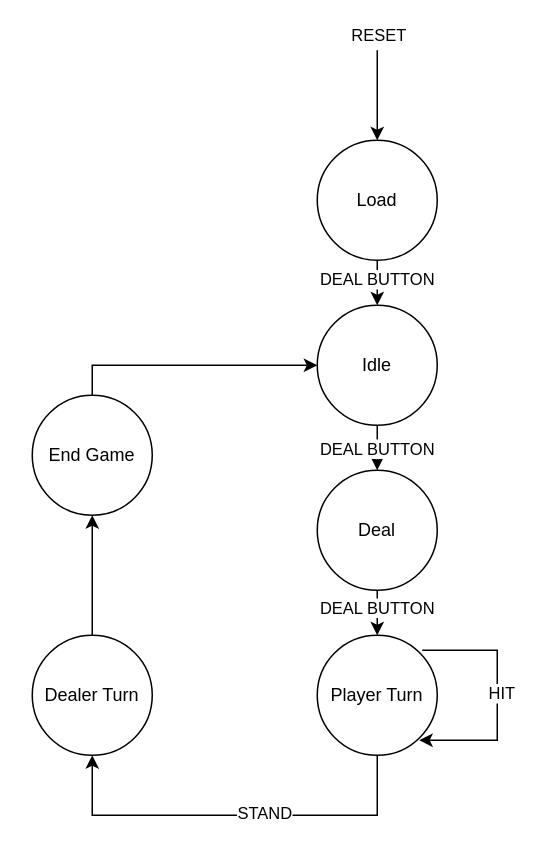
Above: Diagrams/State Flow Diagram.drawio in ethanajohnston/BlackjackVerilog (draw.io), before the change. Source tidied: cells renumbered, new cells numbered last; positions are measured from the earlier drawing's top-left corner, leaving out a move shared by most shapes. Both pictures are drawn from the tidied source at 150%, with x=0, y=0 at pixel (32, 50).
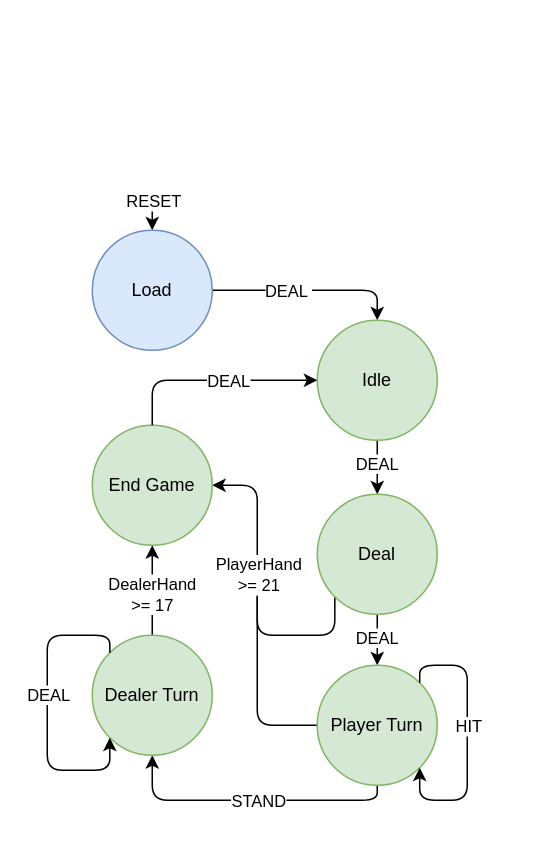
After the change.

Unchanged cells that the change refers to:
```xml
<mxCell id="7" style="edgeStyle=orthogonalEdgeStyle;rounded=0;jettySize=auto;html=1;exitX=0.5;exitY=1;exitDx=0;exitDy=0;entryX=0.5;entryY=0;entryDx=0;entryDy=0;" parent="1" edge="1" source="9" target="12">
  <mxGeometry relative="1" as="geometry" />
</mxCell>
<mxCell id="10" style="edgeStyle=orthogonalEdgeStyle;rounded=0;jettySize=auto;html=1;exitX=0.5;exitY=1;exitDx=0;exitDy=0;entryX=0.5;entryY=0;entryDx=0;entryDy=0;" parent="1" edge="1" source="12" target="15">
  <mxGeometry relative="1" as="geometry" />
</mxCell>
<mxCell id="16" style="edgeStyle=orthogonalEdgeStyle;rounded=0;jettySize=auto;html=1;exitX=0.5;exitY=0;exitDx=0;exitDy=0;entryX=0.5;entryY=1;entryDx=0;entryDy=0;" parent="1" edge="1" source="17" target="18">
  <mxGeometry relative="1" as="geometry" />
</mxCell>
```

Diff of the diagram source:
```diff
@@
-    <mxCell id="2" style="edgeStyle=orthogonalEdgeStyle;rounded=0;jettySize=auto;html=1;exitX=0.5;exitY=0;exitDx=0;exitDy=0;startArrow=classic;startFill=1;endArrow=none;endFill=0;" parent="1" edge="1" source="6">
-      <mxGeometry relative="1" as="geometry">
-        <mxPoint x="230" as="targetPoint" />
-      </mxGeometry>
-    </mxCell>
-    <mxCell id="3" value="RESET" style="edgeLabel;html=1;align=center;verticalAlign=middle;" parent="2" vertex="1">
-      <mxGeometry x="0.18" y="-2" relative="1" as="geometry">
-        <mxPoint x="-2" y="-35" as="offset" />
-      </mxGeometry>
-    </mxCell>
-    <mxCell id="4" style="edgeStyle=orthogonalEdgeStyle;rounded=0;jettySize=auto;html=1;exitX=0.5;exitY=1;exitDx=0;exitDy=0;entryX=0.5;entryY=0;entryDx=0;entryDy=0;" parent="1" edge="1" source="6" target="9">
+    <mxCell id="4" style="edgeStyle=orthogonalEdgeStyle;rounded=1;jettySize=auto;html=1;exitX=1;exitY=0.5;exitDx=0;exitDy=0;entryX=0.5;entryY=0;entryDx=0;entryDy=0;elbow=vertical;" parent="1" edge="1" source="6" target="9">
       <mxGeometry relative="1" as="geometry" />
     </mxCell>
-    <mxCell id="5" value="DEAL BUTTON" style="edgeLabel;html=1;align=center;verticalAlign=middle;" parent="4" vertex="1">
-      <mxGeometry x="-0.2" y="-1" relative="1" as="geometry" />
+    <mxCell id="5" value="DEAL&amp;nbsp;" style="edgeLabel;html=1;align=center;verticalAlign=middle;" parent="4" vertex="1">
+      <mxGeometry x="-0.2" y="-1" relative="1" as="geometry">
+        <mxPoint x="-2" y="-1" as="offset" />
+      </mxGeometry>
     </mxCell>
+    <mxCell id="22" style="edgeStyle=orthogonalEdgeStyle;rounded=0;jettySize=auto;html=1;exitX=0.5;exitY=0;exitDx=0;exitDy=0;startArrow=classic;startFill=1;endArrow=none;endFill=0;" parent="1" edge="1" source="6">
+      <mxGeometry relative="1" as="geometry">
+        <mxPoint x="80" y="100" as="targetPoint" />
+      </mxGeometry>
+    </mxCell>
+    <mxCell id="3" value="RESET" style="edgeLabel;html=1;align=center;verticalAlign=middle;" parent="22" vertex="1">
+      <mxGeometry x="0.94" y="1" relative="1" as="geometry">
+        <mxPoint x="1" y="-1" as="offset" />
+      </mxGeometry>
+    </mxCell>
-    <mxCell id="6" value="Load" style="ellipse;whiteSpace=wrap;html=1;" parent="1" vertex="1">
-      <mxGeometry x="190" y="60" width="80" height="80" as="geometry" />
+    <mxCell id="6" value="Load" style="ellipse;whiteSpace=wrap;html=1;fillColor=#dae8fc;strokeColor=#6c8ebf;" parent="1" vertex="1">
+      <mxGeometry x="40" y="120" width="80" height="80" as="geometry" />
     </mxCell>
@@
-    <mxCell id="8" value="DEAL BUTTON" style="edgeLabel;html=1;align=center;verticalAlign=middle;" parent="7" vertex="1">
-      <mxGeometry x="-0.03" y="-1" relative="1" as="geometry" />
+    <mxCell id="8" value="DEAL" style="edgeLabel;html=1;align=center;verticalAlign=middle;" parent="7" vertex="1">
+      <mxGeometry x="-0.03" y="-1" relative="1" as="geometry">
+        <mxPoint y="-2" as="offset" />
+      </mxGeometry>
     </mxCell>
-    <mxCell id="9" value="Idle" style="ellipse;whiteSpace=wrap;html=1;" parent="1" vertex="1">
-      <mxGeometry x="190" y="170" width="80" height="80" as="geometry" />
+    <mxCell id="9" value="Idle" style="ellipse;whiteSpace=wrap;html=1;fillColor=#d5e8d4;strokeColor=#82b366;" parent="1" vertex="1">
+      <mxGeometry x="190" y="180" width="80" height="80" as="geometry" />
     </mxCell>
@@
-    <mxCell id="11" value="DEAL BUTTON" style="edgeLabel;html=1;align=center;verticalAlign=middle;" parent="10" vertex="1">
-      <mxGeometry x="-0.26" y="-1" relative="1" as="geometry" />
+    <mxCell id="11" value="DEAL" style="edgeLabel;html=1;align=center;verticalAlign=middle;" parent="10" vertex="1">
+      <mxGeometry x="-0.26" y="-1" relative="1" as="geometry">
+        <mxPoint y="2" as="offset" />
+      </mxGeometry>
     </mxCell>
+    <mxCell id="23" style="edgeStyle=orthogonalEdgeStyle;rounded=1;jettySize=auto;html=1;exitX=0;exitY=1;exitDx=0;exitDy=0;endArrow=none;endFill=0;" parent="1" edge="1" source="12">
+      <mxGeometry relative="1" as="geometry">
+        <mxPoint x="150" y="364.4" as="targetPoint" />
+        <Array as="points">
+          <mxPoint x="202" y="390" />
+          <mxPoint x="150" y="390" />
+        </Array>
+      </mxGeometry>
+    </mxCell>
-    <mxCell id="12" value="Deal" style="ellipse;whiteSpace=wrap;html=1;" parent="1" vertex="1">
-      <mxGeometry x="190" y="280" width="80" height="80" as="geometry" />
+    <mxCell id="12" value="Deal" style="ellipse;whiteSpace=wrap;html=1;fillColor=#d5e8d4;strokeColor=#82b366;" parent="1" vertex="1">
+      <mxGeometry x="190" y="296" width="80" height="80" as="geometry" />
     </mxCell>
-    <mxCell id="13" style="edgeStyle=orthogonalEdgeStyle;rounded=0;jettySize=auto;html=1;exitX=0.5;exitY=1;exitDx=0;exitDy=0;entryX=0.5;entryY=1;entryDx=0;entryDy=0;" parent="1" edge="1" source="15" target="17">
+    <mxCell id="13" style="edgeStyle=orthogonalEdgeStyle;rounded=1;jettySize=auto;html=1;exitX=0.5;exitY=1;exitDx=0;exitDy=0;entryX=0.5;entryY=1;entryDx=0;entryDy=0;" parent="1" edge="1" source="15" target="17">
       <mxGeometry relative="1" as="geometry">
         <Array as="points">
-          <mxPoint x="230" y="510" />
-          <mxPoint x="40" y="510" />
+          <mxPoint x="230" y="500" />
+          <mxPoint x="80" y="500" />
         </Array>
       </mxGeometry>
     </mxCell>
     <mxCell id="14" value="STAND" style="edgeLabel;html=1;align=center;verticalAlign=middle;" parent="13" vertex="1">
-      <mxGeometry x="-0.14" y="-2" relative="1" as="geometry" />
+      <mxGeometry x="-0.14" y="-2" relative="1" as="geometry">
+        <mxPoint x="-8" y="2" as="offset" />
+      </mxGeometry>
     </mxCell>
+    <mxCell id="24" style="edgeStyle=orthogonalEdgeStyle;rounded=1;jettySize=auto;html=1;exitX=0;exitY=0.5;exitDx=0;exitDy=0;entryX=1;entryY=0.5;entryDx=0;entryDy=0;" parent="1" edge="1" source="15" target="18">
+      <mxGeometry relative="1" as="geometry">
+        <Array as="points">
+          <mxPoint x="150" y="450" />
+          <mxPoint x="150" y="290" />
+        </Array>
+      </mxGeometry>
+    </mxCell>
+    <mxCell id="25" value="PlayerHand &lt;br&gt;&amp;gt;= 21" style="edgeLabel;html=1;align=center;verticalAlign=middle;" parent="24" vertex="1">
+      <mxGeometry y="-1" relative="1" as="geometry">
+        <mxPoint x="-1" y="-26" as="offset" />
+      </mxGeometry>
+    </mxCell>
-    <mxCell id="15" value="Player Turn" style="ellipse;whiteSpace=wrap;html=1;" parent="1" vertex="1">
-      <mxGeometry x="190" y="390" width="80" height="80" as="geometry" />
+    <mxCell id="15" value="Player Turn" style="ellipse;whiteSpace=wrap;html=1;fillColor=#d5e8d4;strokeColor=#82b366;" parent="1" vertex="1">
+      <mxGeometry x="190" y="410" width="80" height="80" as="geometry" />
     </mxCell>
@@
+    <mxCell id="26" value="DealerHand &lt;br&gt;&amp;gt;= 17" style="edgeLabel;html=1;align=center;verticalAlign=middle;" parent="16" vertex="1">
+      <mxGeometry x="-0.08" y="1" relative="1" as="geometry" />
+    </mxCell>
-    <mxCell id="17" value="Dealer Turn" style="ellipse;whiteSpace=wrap;html=1;" parent="1" vertex="1">
-      <mxGeometry y="390" width="80" height="80" as="geometry" />
+    <mxCell id="17" value="Dealer Turn" style="ellipse;whiteSpace=wrap;html=1;fillColor=#d5e8d4;strokeColor=#82b366;" parent="1" vertex="1">
+      <mxGeometry x="40" y="390" width="80" height="80" as="geometry" />
     </mxCell>
-    <mxCell id="18" value="End Game" style="ellipse;whiteSpace=wrap;html=1;" parent="1" vertex="1">
-      <mxGeometry y="230" width="80" height="80" as="geometry" />
+    <mxCell id="18" value="End Game" style="ellipse;whiteSpace=wrap;html=1;fillColor=#d5e8d4;strokeColor=#82b366;" parent="1" vertex="1">
+      <mxGeometry x="40" y="250" width="80" height="80" as="geometry" />
     </mxCell>
-    <mxCell id="19" style="edgeStyle=orthogonalEdgeStyle;rounded=0;jettySize=auto;html=1;exitX=0.5;exitY=0;exitDx=0;exitDy=0;entryX=0;entryY=0.5;entryDx=0;entryDy=0;" parent="1" edge="1" source="18" target="9">
+    <mxCell id="19" style="edgeStyle=orthogonalEdgeStyle;rounded=1;jettySize=auto;html=1;exitX=0.5;exitY=0;exitDx=0;exitDy=0;entryX=0;entryY=0.5;entryDx=0;entryDy=0;" parent="1" edge="1" source="18" target="9">
       <mxGeometry relative="1" as="geometry" />
     </mxCell>
+    <mxCell id="27" value="DEAL" style="edgeLabel;html=1;align=center;verticalAlign=middle;" parent="19" vertex="1">
+      <mxGeometry x="0.1" y="1" relative="1" as="geometry">
+        <mxPoint x="3" y="1" as="offset" />
+      </mxGeometry>
+    </mxCell>
-    <mxCell id="20" style="edgeStyle=orthogonalEdgeStyle;rounded=0;orthogonalLoop=1;jettySize=auto;html=1;" parent="1" edge="1">
+    <mxCell id="20" style="edgeStyle=orthogonalEdgeStyle;orthogonalLoop=1;jettySize=auto;html=1;rounded=1;exitX=1;exitY=0;exitDx=0;exitDy=0;entryX=1;entryY=1;entryDx=0;entryDy=0;" parent="1" edge="1">
       <mxGeometry relative="1" as="geometry">
-        <mxPoint x="260" y="400" as="sourcePoint" />
-        <mxPoint x="258" y="460" as="targetPoint" />
+        <mxPoint x="258.3" y="421.7" as="sourcePoint" />
+        <mxPoint x="258.3" y="478.3" as="targetPoint" />
         <Array as="points">
-          <mxPoint x="310" y="400" />
-          <mxPoint x="310" y="460" />
+          <mxPoint x="258" y="410" />
+          <mxPoint x="290" y="410" />
+          <mxPoint x="290" y="500" />
+          <mxPoint x="258" y="500" />
         </Array>
       </mxGeometry>
     </mxCell>
     <mxCell id="21" value="HIT" style="edgeLabel;html=1;align=center;verticalAlign=middle;" parent="20" vertex="1">
-      <mxGeometry x="-0.04" y="2" relative="1" as="geometry" />
+      <mxGeometry x="-0.04" y="2" relative="1" as="geometry">
+        <mxPoint x="-2" y="-6" as="offset" />
+      </mxGeometry>
     </mxCell>
+    <mxCell id="28" style="edgeStyle=orthogonalEdgeStyle;rounded=1;orthogonalLoop=1;jettySize=auto;html=1;exitX=0;exitY=0;exitDx=0;exitDy=0;entryX=0;entryY=1;entryDx=0;entryDy=0;" parent="1" edge="1" source="17" target="17">
+      <mxGeometry relative="1" as="geometry">
+        <Array as="points">
+          <mxPoint x="52" y="390" />
+          <mxPoint x="10" y="390" />
+          <mxPoint x="10" y="480" />
+          <mxPoint x="52" y="480" />
+        </Array>
+      </mxGeometry>
+    </mxCell>
+    <mxCell id="29" value="DEAL" style="edgeLabel;html=1;align=center;verticalAlign=middle;" parent="28" vertex="1">
+      <mxGeometry x="-0.09" relative="1" as="geometry">
+        <mxPoint y="-1" as="offset" />
+      </mxGeometry>
+    </mxCell>
```
